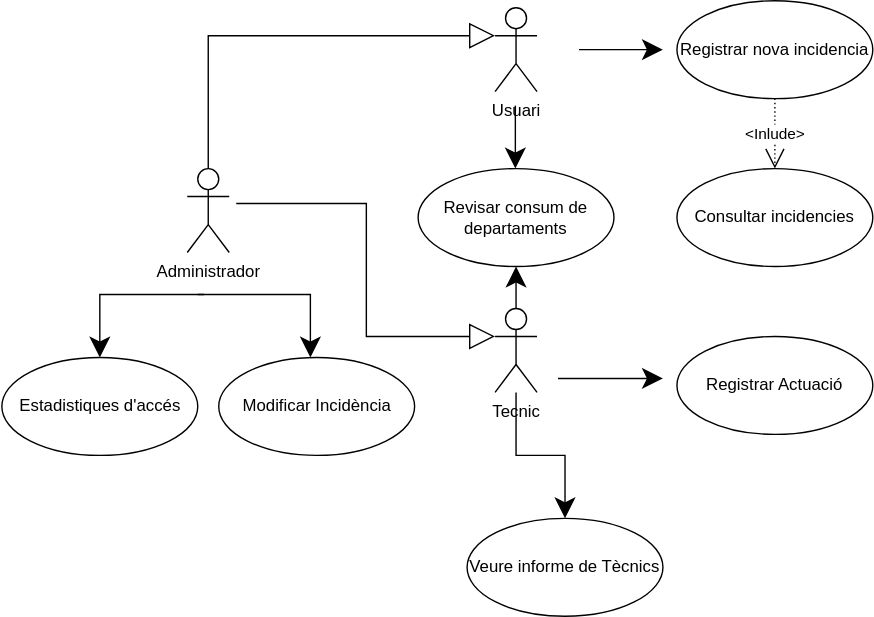
The draw.io diagram doc/Casos_Us.svg in inspedralbes/projecte-1dam-25-26-dam1_grup7, before a commit. Source tidied: cells renumbered, new cells last; positions are measured from the earlier drawing's top-left corner, leaving out a move shared by most shapes.
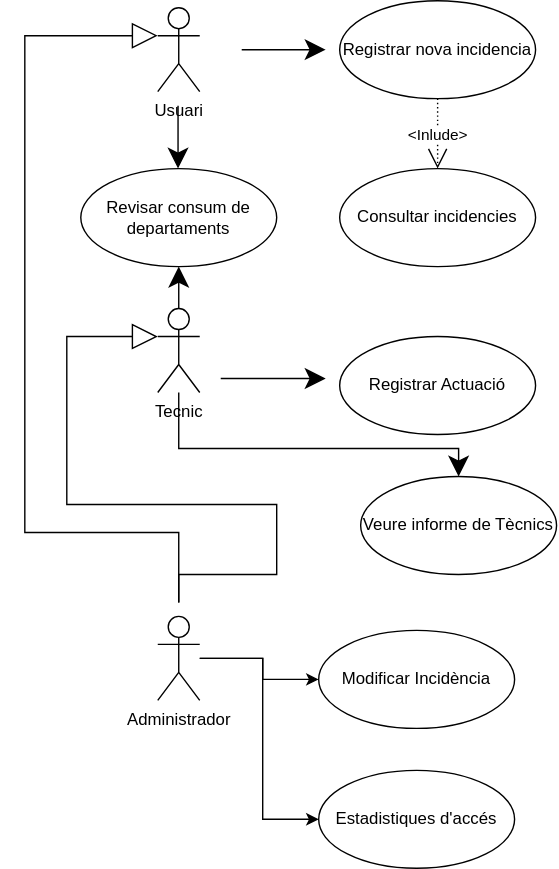
Later version of the same file.

Commit message:
Millora Casos D'us

What changed in the source:
```diff
@@ -12,10 +12,15 @@
       <mxGeometry x="483" y="120" width="140" height="70" as="geometry" />
     </mxCell>
     <mxCell id="5" value="Veure informe de Tècnics" style="ellipse;whiteSpace=wrap;html=1;" parent="1" vertex="1">
-      <mxGeometry x="333" y="370" width="140" height="70" as="geometry" />
+      <mxGeometry x="498" y="340" width="140" height="70" as="geometry" />
     </mxCell>
     <mxCell id="6" style="endArrow=classic;endSize=12;html=1;rounded=0;endFill=1;entryX=0.5;entryY=0;entryDx=0;entryDy=0;edgeStyle=orthogonalEdgeStyle;" parent="1" edge="1" source="8" target="5">
-      <mxGeometry relative="1" as="geometry" />
+      <mxGeometry relative="1" as="geometry">
+        <Array as="points">
+          <mxPoint x="368" y="320" />
+          <mxPoint x="568" y="320" />
+        </Array>
+      </mxGeometry>
     </mxCell>
     <mxCell id="7" value="&lt;div&gt;Usuari&lt;/div&gt;&lt;div&gt;&lt;br&gt;&lt;/div&gt;" style="shape=umlActor;verticalLabelPosition=bottom;verticalAlign=top;html=1;" parent="1" vertex="1">
       <mxGeometry x="353" y="5" width="30" height="60" as="geometry" />
@@ -52,39 +57,52 @@
         <mxPoint x="367.5" y="120" as="targetPoint" />
       </mxGeometry>
     </mxCell>
+    <mxCell id="22" style="edgeStyle=orthogonalEdgeStyle;rounded=0;jettySize=auto;html=1;" parent="1" edge="1" source="15" target="20">
+      <mxGeometry relative="1" as="geometry">
+        <Array as="points">
+          <mxPoint x="428" y="470" />
+          <mxPoint x="428" y="485" />
+        </Array>
+      </mxGeometry>
+    </mxCell>
+    <mxCell id="23" style="edgeStyle=orthogonalEdgeStyle;rounded=0;jettySize=auto;html=1;" parent="1" edge="1" source="15" target="18">
+      <mxGeometry relative="1" as="geometry">
+        <Array as="points">
+          <mxPoint x="428" y="470" />
+          <mxPoint x="428" y="585" />
+        </Array>
+      </mxGeometry>
+    </mxCell>
     <mxCell id="15" value="&lt;div&gt;Administrador&lt;/div&gt;&lt;div&gt;&lt;br&gt;&lt;/div&gt;" style="shape=umlActor;verticalLabelPosition=bottom;verticalAlign=top;html=1;" parent="1" vertex="1">
-      <mxGeometry x="133" y="120" width="30" height="60" as="geometry" />
+      <mxGeometry x="353" y="440" width="30" height="60" as="geometry" />
     </mxCell>
-    <mxCell id="16" style="endArrow=block;endSize=16;endFill=0;html=1;rounded=0;edgeStyle=orthogonalEdgeStyle;exitX=0.5;exitY=0;exitDx=0;exitDy=0;exitPerimeter=0;entryX=0;entryY=0.3333333333333333;entryDx=0;entryDy=0;entryPerimeter=0;" parent="1" edge="1" source="15" target="7">
-      <mxGeometry relative="1" as="geometry" />
+    <mxCell id="16" style="endArrow=block;endSize=16;endFill=0;html=1;rounded=0;edgeStyle=orthogonalEdgeStyle;entryX=0;entryY=0.3333333333333333;entryDx=0;entryDy=0;entryPerimeter=0;" parent="1" edge="1" target="7">
+      <mxGeometry relative="1" as="geometry">
+        <mxPoint x="368" y="430" as="sourcePoint" />
+        <Array as="points">
+          <mxPoint x="368" y="380" />
+          <mxPoint x="258" y="380" />
+          <mxPoint x="258" y="25" />
+        </Array>
+      </mxGeometry>
     </mxCell>
-    <mxCell id="17" style="endArrow=block;endSize=16;endFill=0;html=1;rounded=0;edgeStyle=orthogonalEdgeStyle;exitX=0.5;exitY=0;exitDx=0;exitDy=0;exitPerimeter=0;entryX=0;entryY=0.3333333333333333;entryDx=0;entryDy=0;entryPerimeter=0;" parent="1" edge="1" target="8">
+    <mxCell id="17" style="endArrow=block;endSize=16;endFill=0;html=1;rounded=0;edgeStyle=orthogonalEdgeStyle;entryX=0;entryY=0.3333333333333333;entryDx=0;entryDy=0;entryPerimeter=0;" parent="1" edge="1" target="8">
       <mxGeometry relative="1" as="geometry">
-        <mxPoint x="168" y="145" as="sourcePoint" />
+        <mxPoint x="368" y="430" as="sourcePoint" />
+        <Array as="points">
+          <mxPoint x="368" y="410" />
+          <mxPoint x="438" y="410" />
+          <mxPoint x="438" y="360" />
+          <mxPoint x="288" y="360" />
+          <mxPoint x="288" y="240" />
+        </Array>
       </mxGeometry>
     </mxCell>
     <mxCell id="18" value="Estadistiques d'accés" style="ellipse;whiteSpace=wrap;html=1;" parent="1" vertex="1">
-      <mxGeometry x="0.5" y="255" width="140" height="70" as="geometry" />
+      <mxGeometry x="468" y="550" width="140" height="70" as="geometry" />
     </mxCell>
-    <mxCell id="19" style="endArrow=classic;endSize=12;html=1;rounded=0;endFill=1;entryX=0.5;entryY=0;entryDx=0;entryDy=0;" parent="1" edge="1" target="18">
-      <mxGeometry relative="1" as="geometry">
-        <mxPoint x="145" y="210" as="sourcePoint" />
-        <Array as="points">
-          <mxPoint x="70.5" y="210" />
-        </Array>
-      </mxGeometry>
-    </mxCell>
     <mxCell id="20" value="Modificar Incidència" style="ellipse;whiteSpace=wrap;html=1;" parent="1" vertex="1">
-      <mxGeometry x="155.5" y="255" width="140" height="70" as="geometry" />
+      <mxGeometry x="468" y="450" width="140" height="70" as="geometry" />
     </mxCell>
-    <mxCell id="21" style="endArrow=classic;endSize=12;html=1;rounded=0;endFill=1;entryX=0.5;entryY=0;entryDx=0;entryDy=0;" parent="1" edge="1">
-      <mxGeometry relative="1" as="geometry">
-        <mxPoint x="140.5" y="210" as="sourcePoint" />
-        <mxPoint x="221" y="255" as="targetPoint" />
-        <Array as="points">
-          <mxPoint x="221" y="210" />
-        </Array>
-      </mxGeometry>
-    </mxCell>
   </root>
 </mxGraphModel>
```
